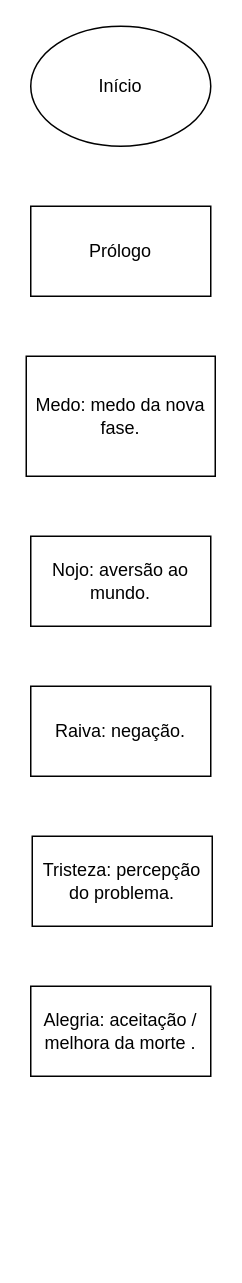
Before: jogo_fases.drawio in as1lo/diagramas, a draw.io diagram. Source tidied: cells renumbered, new cells numbered last; positions are measured from the earlier drawing's top-left corner, leaving out a move shared by most shapes. Both pictures are drawn from the tidied source at 150%, with x=0, y=0 at pixel (26, 26).
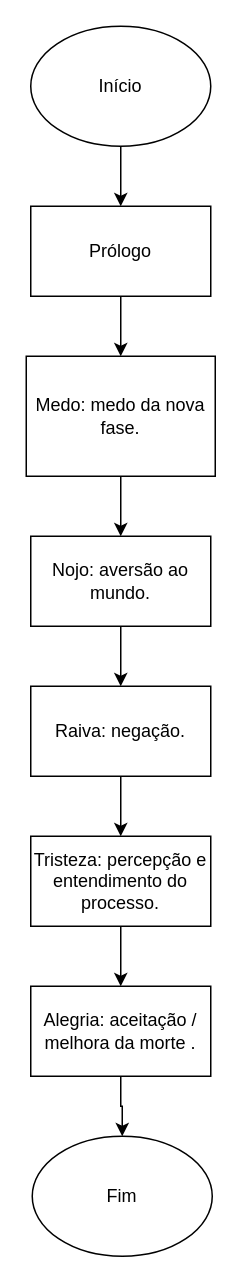
The same page after the edit.

What changed in the source:
```diff
@@
 <mxGraphModel>
   <root>
     <mxCell id="0" />
     <mxCell id="1" parent="0" />
+    <mxCell id="9" style="edgeStyle=orthogonalEdgeStyle;rounded=0;jettySize=auto;html=1;entryX=0.5;entryY=0;entryDx=0;entryDy=0;" parent="1" edge="1" source="2" target="3">
+      <mxGeometry relative="1" as="geometry" />
+    </mxCell>
     <mxCell id="2" value="Início" style="ellipse;whiteSpace=wrap;html=1;" parent="1" vertex="1">
       <mxGeometry x="3" width="120" height="80" as="geometry" />
     </mxCell>
+    <mxCell id="10" style="edgeStyle=orthogonalEdgeStyle;rounded=0;jettySize=auto;html=1;entryX=0.5;entryY=0;entryDx=0;entryDy=0;" parent="1" edge="1" source="3" target="4">
+      <mxGeometry relative="1" as="geometry" />
+    </mxCell>
     <mxCell id="3" value="Prólogo" style="rounded=0;whiteSpace=wrap;html=1;" parent="1" vertex="1">
       <mxGeometry x="3" y="120" width="120" height="60" as="geometry" />
     </mxCell>
+    <mxCell id="11" style="edgeStyle=orthogonalEdgeStyle;rounded=0;jettySize=auto;html=1;entryX=0.5;entryY=0;entryDx=0;entryDy=0;" parent="1" edge="1" source="4" target="5">
+      <mxGeometry relative="1" as="geometry" />
+    </mxCell>
     <mxCell id="4" value="Medo: medo da nova fase." style="rounded=0;whiteSpace=wrap;html=1;" parent="1" vertex="1">
       <mxGeometry y="220" width="126" height="80" as="geometry" />
     </mxCell>
+    <mxCell id="12" style="edgeStyle=orthogonalEdgeStyle;rounded=0;jettySize=auto;html=1;entryX=0.5;entryY=0;entryDx=0;entryDy=0;" parent="1" edge="1" source="5" target="6">
+      <mxGeometry relative="1" as="geometry" />
+    </mxCell>
     <mxCell id="5" value="Nojo: aversão ao mundo." style="rounded=0;whiteSpace=wrap;html=1;" parent="1" vertex="1">
       <mxGeometry x="3" y="340" width="120" height="60" as="geometry" />
     </mxCell>
+    <mxCell id="13" style="edgeStyle=orthogonalEdgeStyle;rounded=0;jettySize=auto;html=1;entryX=0.5;entryY=0;entryDx=0;entryDy=0;" parent="1" edge="1" source="6" target="7">
+      <mxGeometry relative="1" as="geometry" />
+    </mxCell>
     <mxCell id="6" value="Raiva: negação." style="rounded=0;whiteSpace=wrap;html=1;" parent="1" vertex="1">
       <mxGeometry x="3" y="440" width="120" height="60" as="geometry" />
     </mxCell>
+    <mxCell id="14" style="edgeStyle=orthogonalEdgeStyle;rounded=0;jettySize=auto;html=1;entryX=0.5;entryY=0;entryDx=0;entryDy=0;" parent="1" edge="1" source="7" target="8">
+      <mxGeometry relative="1" as="geometry" />
+    </mxCell>
-    <mxCell id="7" value="Tristeza: percepção do problema." style="rounded=0;whiteSpace=wrap;html=1;" parent="1" vertex="1">
-      <mxGeometry x="4" y="540" width="120" height="60" as="geometry" />
+    <mxCell id="7" value="Tristeza: percepção e entendimento do processo." style="rounded=0;whiteSpace=wrap;html=1;" parent="1" vertex="1">
+      <mxGeometry x="3" y="540" width="120" height="60" as="geometry" />
     </mxCell>
+    <mxCell id="15" style="edgeStyle=orthogonalEdgeStyle;rounded=0;jettySize=auto;html=1;entryX=0.5;entryY=0;entryDx=0;entryDy=0;" parent="1" edge="1" source="8" target="16">
+      <mxGeometry relative="1" as="geometry" />
+    </mxCell>
     <mxCell id="8" value="Alegria: aceitação / melhora da morte ." style="rounded=0;whiteSpace=wrap;html=1;" parent="1" vertex="1">
       <mxGeometry x="3" y="640" width="120" height="60" as="geometry" />
     </mxCell>
+    <mxCell id="16" value="Fim" style="ellipse;whiteSpace=wrap;html=1;" parent="1" vertex="1">
+      <mxGeometry x="4" y="740" width="120" height="80" as="geometry" />
+    </mxCell>
   </root>
 </mxGraphModel>
```
